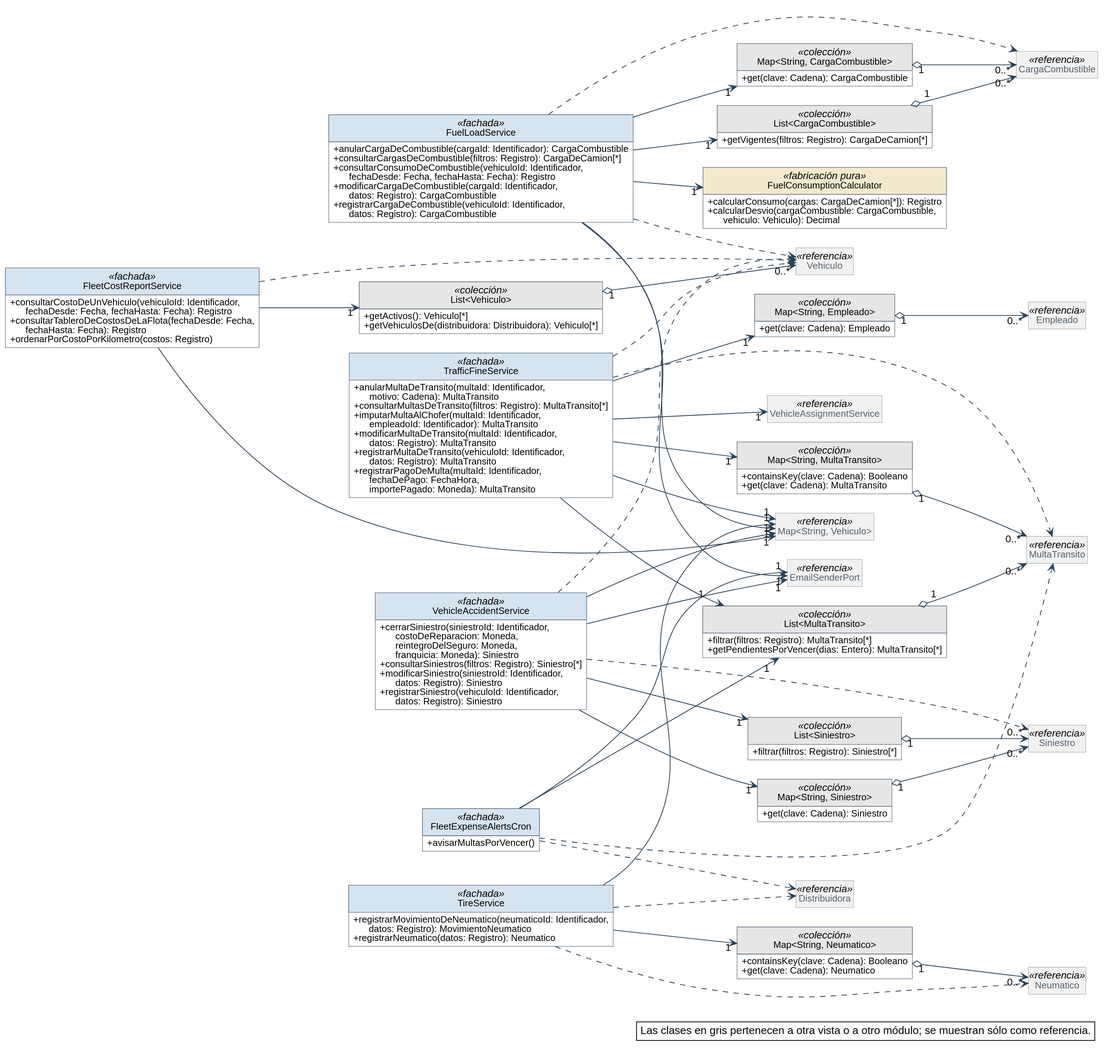
Above: diagramas/clases-diseno/DC_Mod_Flota-gastos.svg in Nahuelito-Dev/splg-docs (PlantUML), before the change.
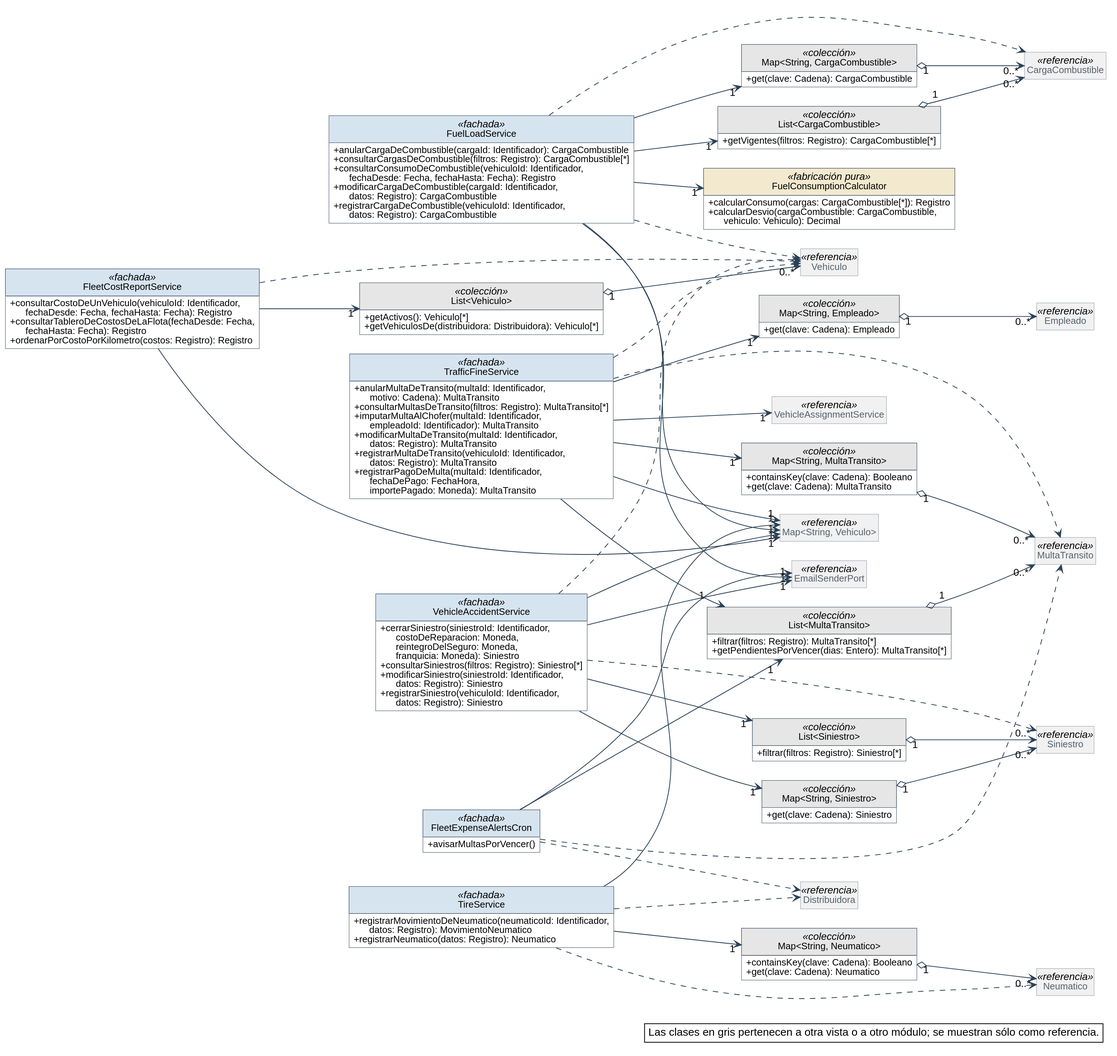
After the change.

What changed in the source:
```diff
@@ -62,7 +62,7 @@
 skinparam ranksep 90
 class FuelLoadService <<fachada>> {
   + anularCargaDeCombustible(cargaId: Identificador): CargaCombustible
-  + consultarCargasDeCombustible(filtros: Registro): CargaDeCamion[*]
+  + consultarCargasDeCombustible(filtros: Registro): CargaCombustible[*]
   + consultarConsumoDeCombustible(vehiculoId: Identificador,\n      fechaDesde: Fecha, fechaHasta: Fecha): Registro
   + modificarCargaDeCombustible(cargaId: Identificador,\n      datos: Registro): CargaCombustible
   + registrarCargaDeCombustible(vehiculoId: Identificador,\n      datos: Registro): CargaCombustible
@@ -71,10 +71,10 @@
   + get(clave: Cadena): CargaCombustible
 }
 class "List<CargaCombustible>" as List_CargaCombustible <<colección>> {
-  + getVigentes(filtros: Registro): CargaDeCamion[*]
+  + getVigentes(filtros: Registro): CargaCombustible[*]
 }
 class FuelConsumptionCalculator <<fabricación pura>> {
-  + calcularConsumo(cargas: CargaDeCamion[*]): Registro
+  + calcularConsumo(cargas: CargaCombustible[*]): Registro
   + calcularDesvio(cargaCombustible: CargaCombustible,\n      vehiculo: Vehiculo): Decimal
 }
 class TrafficFineService <<fachada>> {
@@ -122,7 +122,7 @@
 class FleetCostReportService <<fachada>> {
   + consultarCostoDeUnVehiculo(vehiculoId: Identificador,\n      fechaDesde: Fecha, fechaHasta: Fecha): Registro
   + consultarTableroDeCostosDeLaFlota(fechaDesde: Fecha,\n      fechaHasta: Fecha): Registro
-  + ordenarPorCostoPorKilometro(costos: Registro)
+  + ordenarPorCostoPorKilometro(costos: Registro): Registro
 }
 class "List<Vehiculo>" as List_Vehiculo <<colección>> {
   + getActivos(): Vehiculo[*]
```
